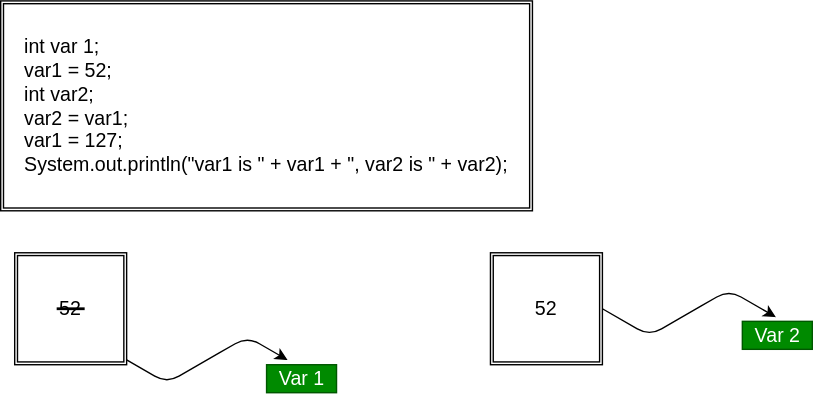
Before: JavaProjects/java_core/basics/Memory Models.drawio.svg, a diagram exported from draw.io (Ewooral/Ewooral-Tutorials). Source tidied: cells renumbered, new cells last; positions are measured from the earlier drawing's top-left corner, leaving out a move shared by most shapes. The source it was exported from:
```xml
<mxGraphModel>
  <root>
    <mxCell id="0" />
    <mxCell id="1" parent="0" />
    <mxCell id="2" value="&lt;div style=&quot;text-align: left ; font-size: 14px&quot;&gt;&lt;span&gt;&lt;font style=&quot;font-size: 14px&quot;&gt;int var 1;&lt;/font&gt;&lt;/span&gt;&lt;/div&gt;&lt;div style=&quot;text-align: left ; font-size: 14px&quot;&gt;&lt;span&gt;&lt;font style=&quot;font-size: 14px&quot;&gt;var1 = 52;&lt;/font&gt;&lt;/span&gt;&lt;/div&gt;&lt;div style=&quot;text-align: left ; font-size: 14px&quot;&gt;&lt;span&gt;&lt;font style=&quot;font-size: 14px&quot;&gt;int var2;&lt;/font&gt;&lt;/span&gt;&lt;/div&gt;&lt;div style=&quot;text-align: left ; font-size: 14px&quot;&gt;&lt;span&gt;&lt;font style=&quot;font-size: 14px&quot;&gt;var2 = var1;&lt;/font&gt;&lt;/span&gt;&lt;/div&gt;&lt;div style=&quot;text-align: left ; font-size: 14px&quot;&gt;&lt;span&gt;&lt;font style=&quot;font-size: 14px&quot;&gt;var1 = 127;&lt;/font&gt;&lt;/span&gt;&lt;/div&gt;&lt;div style=&quot;text-align: left ; font-size: 14px&quot;&gt;&lt;span&gt;&lt;font style=&quot;font-size: 14px&quot;&gt;System.out.println(&quot;var1 is &quot; + var1 + &quot;, var2 is &quot; + var2);&lt;/font&gt;&lt;/span&gt;&lt;/div&gt;" style="shape=ext;double=1;rounded=0;whiteSpace=wrap;html=1;fontSize=23;" parent="1" vertex="1">
      <mxGeometry width="380" height="150" as="geometry" />
    </mxCell>
    <mxCell id="3" style="html=1;exitX=0.5;exitY=1;exitDx=0;exitDy=0;exitPerimeter=0;fontSize=14;edgeStyle=isometricEdgeStyle;elbow=vertical;" parent="1" edge="1">
      <mxGeometry relative="1" as="geometry">
        <mxPoint x="90" y="256.6" as="sourcePoint" />
        <mxPoint x="205" y="256.6" as="targetPoint" />
      </mxGeometry>
    </mxCell>
    <mxCell id="4" value="Var 1" style="text;html=1;align=center;verticalAlign=middle;strokeColor=#005700;fillColor=#008a00;fontSize=14;fontColor=#ffffff;" parent="1" vertex="1">
      <mxGeometry x="190" y="260" width="50" height="20" as="geometry" />
    </mxCell>
    <mxCell id="5" value="52" style="shape=ext;double=1;whiteSpace=wrap;html=1;fontSize=14;" parent="1" vertex="1">
      <mxGeometry x="10" y="180" width="80" height="80" as="geometry" />
    </mxCell>
    <mxCell id="6" style="edgeStyle=isometricEdgeStyle;html=1;exitX=1;exitY=0.5;exitDx=0;exitDy=0;entryX=0.48;entryY=-0.15;entryDx=0;entryDy=0;entryPerimeter=0;fontSize=14;elbow=vertical;" parent="1" edge="1" source="7" target="8">
      <mxGeometry relative="1" as="geometry" />
    </mxCell>
    <mxCell id="7" value="52" style="shape=ext;double=1;whiteSpace=wrap;html=1;fontSize=14;" parent="1" vertex="1">
      <mxGeometry x="350" y="180" width="80" height="80" as="geometry" />
    </mxCell>
    <mxCell id="8" value="Var 2" style="text;html=1;align=center;verticalAlign=middle;points=[];strokeColor=#005700;fillColor=#008a00;fontSize=14;fontColor=#ffffff;" parent="1" vertex="1">
      <mxGeometry x="530" y="229" width="50" height="20" as="geometry" />
    </mxCell>
    <mxCell id="9" style="line;strokeWidth=2;html=1;fontSize=14;" parent="1" vertex="1">
      <mxGeometry x="40" y="150" width="20" height="140" as="geometry" />
    </mxCell>
  </root>
</mxGraphModel>
```
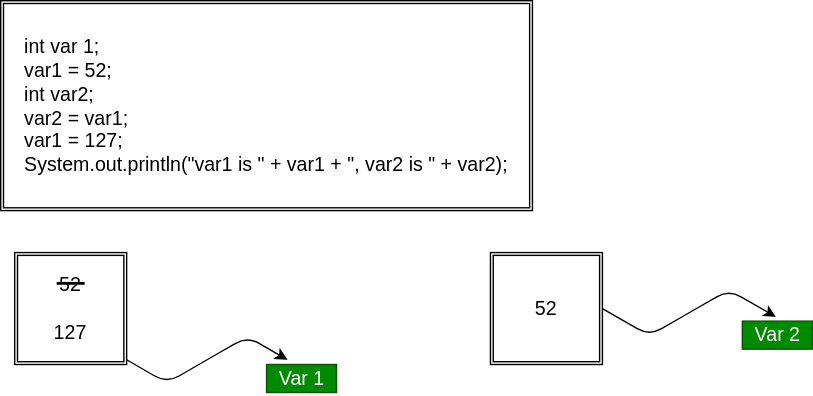
Later version of the same file.

The edit, as a diff of the source:
```diff
@@ -14,7 +14,7 @@
     <mxCell id="4" value="Var 1" style="text;html=1;align=center;verticalAlign=middle;strokeColor=#005700;fillColor=#008a00;fontSize=14;fontColor=#ffffff;" parent="1" vertex="1">
       <mxGeometry x="190" y="260" width="50" height="20" as="geometry" />
     </mxCell>
-    <mxCell id="5" value="52" style="shape=ext;double=1;whiteSpace=wrap;html=1;fontSize=14;" parent="1" vertex="1">
+    <mxCell id="5" value="52&lt;br&gt;&lt;br&gt;127" style="shape=ext;double=1;whiteSpace=wrap;html=1;fontSize=14;" parent="1" vertex="1">
       <mxGeometry x="10" y="180" width="80" height="80" as="geometry" />
     </mxCell>
     <mxCell id="6" style="edgeStyle=isometricEdgeStyle;html=1;exitX=1;exitY=0.5;exitDx=0;exitDy=0;entryX=0.48;entryY=-0.15;entryDx=0;entryDy=0;entryPerimeter=0;fontSize=14;elbow=vertical;" parent="1" edge="1" source="7" target="8">
@@ -27,7 +27,7 @@
       <mxGeometry x="530" y="229" width="50" height="20" as="geometry" />
     </mxCell>
     <mxCell id="9" style="line;strokeWidth=2;html=1;fontSize=14;" parent="1" vertex="1">
-      <mxGeometry x="40" y="150" width="20" height="140" as="geometry" />
+      <mxGeometry x="40" y="132" width="20" height="140" as="geometry" />
     </mxCell>
   </root>
 </mxGraphModel>
```
